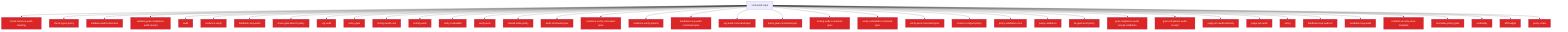
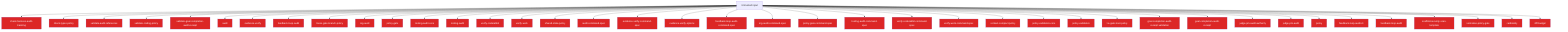
flowchart TD
  Untrusted["Untrusted input"]
  check_harness_audit_tracking_33e6a72e["check-harness-audit-tracking"]
  Untrusted --> check_harness_audit_tracking_33e6a72e
  check_types_policy_cfbecf01["check-types-policy"]
  Untrusted --> check_types_policy_cfbecf01
  validate_audit_references_811f872a["validate-audit-references"]
  Untrusted --> validate_audit_references_811f872a
+   validate_coding_policy_29976175["validate-coding-policy"]
+   Untrusted --> validate_coding_policy_29976175
  validate_goal_completion_audit_receipt_100d252c["validate-goal-completion-audit-receipt"]
  Untrusted --> validate_goal_completion_audit_receipt_100d252c
  audit_b81f37a0["audit"]
  Untrusted --> audit_b81f37a0
  evidence_verify_3b73c290["evidence-verify"]
  Untrusted --> evidence_verify_3b73c290
  feedback_loop_audit_0ac0ec9d["feedback-loop-audit"]
  Untrusted --> feedback_loop_audit_0ac0ec9d
  linear_gate_branch_policy_13c4707c["linear-gate-branch-policy"]
  Untrusted --> linear_gate_branch_policy_13c4707c
  org_audit_d739e44b["org-audit"]
  Untrusted --> org_audit_d739e44b
  policy_gate_213f7313["policy-gate"]
  Untrusted --> policy_gate_213f7313
  tooling_audit_core_328d6a41["tooling-audit-core"]
  Untrusted --> tooling_audit_core_328d6a41
  tooling_audit_8a8239ff["tooling-audit"]
  Untrusted --> tooling_audit_8a8239ff
  verify_coderabbit_490b4e71["verify-coderabbit"]
  Untrusted --> verify_coderabbit_490b4e71
  verify_work_df70ecac["verify-work"]
  Untrusted --> verify_work_df70ecac
  shared_state_policy_edc9c4db["shared-state-policy"]
  Untrusted --> shared_state_policy_edc9c4db
  audit_command_spec_5acf0149["audit-command-spec"]
  Untrusted --> audit_command_spec_5acf0149
  evidence_verify_command_spec_e1cbfea2["evidence-verify-command-spec"]
  Untrusted --> evidence_verify_command_spec_e1cbfea2
  evidence_verify_options_3505c520["evidence-verify-options"]
  Untrusted --> evidence_verify_options_3505c520
  feedback_loop_audit_command_spec_27e599c4["feedback-loop-audit-command-spec"]
  Untrusted --> feedback_loop_audit_command_spec_27e599c4
  org_audit_command_spec_1a570341["org-audit-command-spec"]
  Untrusted --> org_audit_command_spec_1a570341
  policy_gate_command_spec_71e8726a["policy-gate-command-spec"]
  Untrusted --> policy_gate_command_spec_71e8726a
  tooling_audit_command_spec_e0e57863["tooling-audit-command-spec"]
  Untrusted --> tooling_audit_command_spec_e0e57863
  verify_coderabbit_command_spec_68cc9ec5["verify-coderabbit-command-spec"]
  Untrusted --> verify_coderabbit_command_spec_68cc9ec5
  verify_work_command_spec_d6c94ac8["verify-work-command-spec"]
  Untrusted --> verify_work_command_spec_d6c94ac8
  context_compact_policy_3dcaf95d["context-compact-policy"]
  Untrusted --> context_compact_policy_3dcaf95d
  policy_validators_core_714a3fe7["policy-validators-core"]
  Untrusted --> policy_validators_core_714a3fe7
  policy_validators_6682e192["policy-validators"]
  Untrusted --> policy_validators_6682e192
  he_gate_trust_policy_b1126dfd["he-gate-trust-policy"]
  Untrusted --> he_gate_trust_policy_b1126dfd
  goal_completion_audit_receipt_validation_9d0f4891["goal-completion-audit-receipt-validation"]
  Untrusted --> goal_completion_audit_receipt_validation_9d0f4891
  goal_completion_audit_receipt_5e4939c3["goal-completion-audit-receipt"]
  Untrusted --> goal_completion_audit_receipt_5e4939c3
  judge_pm_audit_authority_c311b050["judge-pm-audit-authority"]
  Untrusted --> judge_pm_audit_authority_c311b050
  judge_pm_audit_ccd20b35["judge-pm-audit"]
  Untrusted --> judge_pm_audit_ccd20b35
  policy_823412d1["policy"]
  Untrusted --> policy_823412d1
  feedback_loop_audit_cli_fd8f38dc["feedback-loop-audit-cli"]
  Untrusted --> feedback_loop_audit_cli_fd8f38dc
  feedback_loop_audit_1_c7be4304["feedback-loop-audit"]
  Untrusted --> feedback_loop_audit_1_c7be4304
  scaffold_security_scan_template_55bc7465["scaffold-security-scan-template"]
  Untrusted --> scaffold_security_scan_template_55bc7465
  normalise_policy_gate_90229693["normalise-policy-gate"]
  Untrusted --> normalise_policy_gate_90229693
  cardinality_ebef8aff["cardinality"]
  Untrusted --> cardinality_ebef8aff
  diff_budget_1_9f85eb1c["diff-budget"]
  Untrusted --> diff_budget_1_9f85eb1c
-   policy_chain_0c92e343["policy-chain"]
-   Untrusted --> policy_chain_0c92e343
  classDef securityNode fill:#dc2626,color:#fff
-   class check_harness_audit_tracking_33e6a72e,check_types_policy_cfbecf01,validate_audit_references_811f872a,validate_goal_completion_audit_receipt_100d252c,audit_b81f37a0,evidence_verify_3b73c290,feedback_loop_audit_0ac0ec9d,linear_gate_branch_policy_13c4707c,org_audit_d739e44b,policy_gate_213f7313,tooling_audit_core_328d6a41,tooling_audit_8a8239ff,verify_coderabbit_490b4e71,verify_work_df70ecac,shared_state_policy_edc9c4db,audit_command_spec_5acf0149,evidence_verify_command_spec_e1cbfea2,evidence_verify_options_3505c520,feedback_loop_audit_command_spec_27e599c4,org_audit_command_spec_1a570341,policy_gate_command_spec_71e8726a,tooling_audit_command_spec_e0e57863,verify_coderabbit_command_spec_68cc9ec5,verify_work_command_spec_d6c94ac8,context_compact_policy_3dcaf95d,policy_validators_core_714a3fe7,policy_validators_6682e192,he_gate_trust_policy_b1126dfd,goal_completion_audit_receipt_validation_9d0f4891,goal_completion_audit_receipt_5e4939c3,judge_pm_audit_authority_c311b050,judge_pm_audit_ccd20b35,policy_823412d1,feedback_loop_audit_cli_fd8f38dc,feedback_loop_audit_1_c7be4304,scaffold_security_scan_template_55bc7465,normalise_policy_gate_90229693,cardinality_ebef8aff,diff_budget_1_9f85eb1c,policy_chain_0c92e343 securityNode
+   class check_harness_audit_tracking_33e6a72e,check_types_policy_cfbecf01,validate_audit_references_811f872a,validate_coding_policy_29976175,validate_goal_completion_audit_receipt_100d252c,audit_b81f37a0,evidence_verify_3b73c290,feedback_loop_audit_0ac0ec9d,linear_gate_branch_policy_13c4707c,org_audit_d739e44b,policy_gate_213f7313,tooling_audit_core_328d6a41,tooling_audit_8a8239ff,verify_coderabbit_490b4e71,verify_work_df70ecac,shared_state_policy_edc9c4db,audit_command_spec_5acf0149,evidence_verify_command_spec_e1cbfea2,evidence_verify_options_3505c520,feedback_loop_audit_command_spec_27e599c4,org_audit_command_spec_1a570341,policy_gate_command_spec_71e8726a,tooling_audit_command_spec_e0e57863,verify_coderabbit_command_spec_68cc9ec5,verify_work_command_spec_d6c94ac8,context_compact_policy_3dcaf95d,policy_validators_core_714a3fe7,policy_validators_6682e192,he_gate_trust_policy_b1126dfd,goal_completion_audit_receipt_validation_9d0f4891,goal_completion_audit_receipt_5e4939c3,judge_pm_audit_authority_c311b050,judge_pm_audit_ccd20b35,policy_823412d1,feedback_loop_audit_cli_fd8f38dc,feedback_loop_audit_1_c7be4304,scaffold_security_scan_template_55bc7465,normalise_policy_gate_90229693,cardinality_ebef8aff,diff_budget_1_9f85eb1c securityNode
